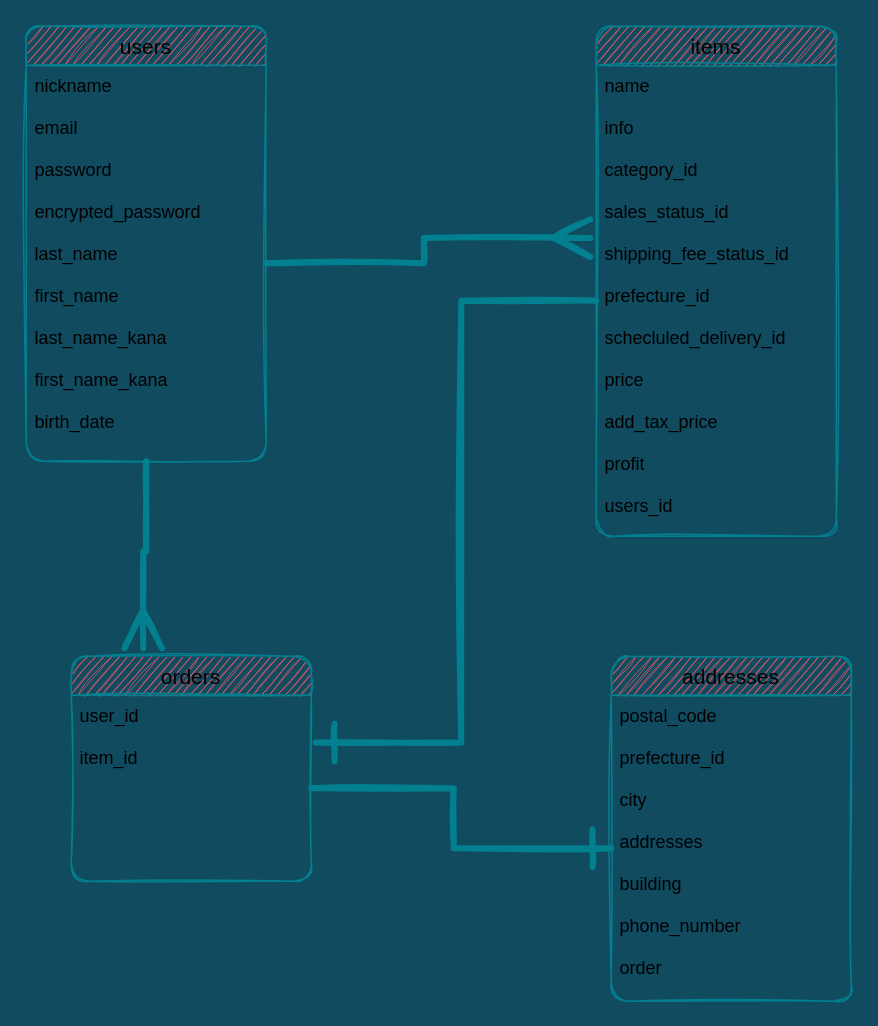
Above: page "ページ1" (1 of 2) of test.dio in kou829/furima-31787 (draw.io), before the change. Source tidied: cells renumbered, new cells numbered last; positions are measured from the earlier drawing's top-left corner, leaving out a move shared by most shapes. Both pictures are drawn from the tidied source at 150%, with x=0, y=0 at pixel (26, 26).
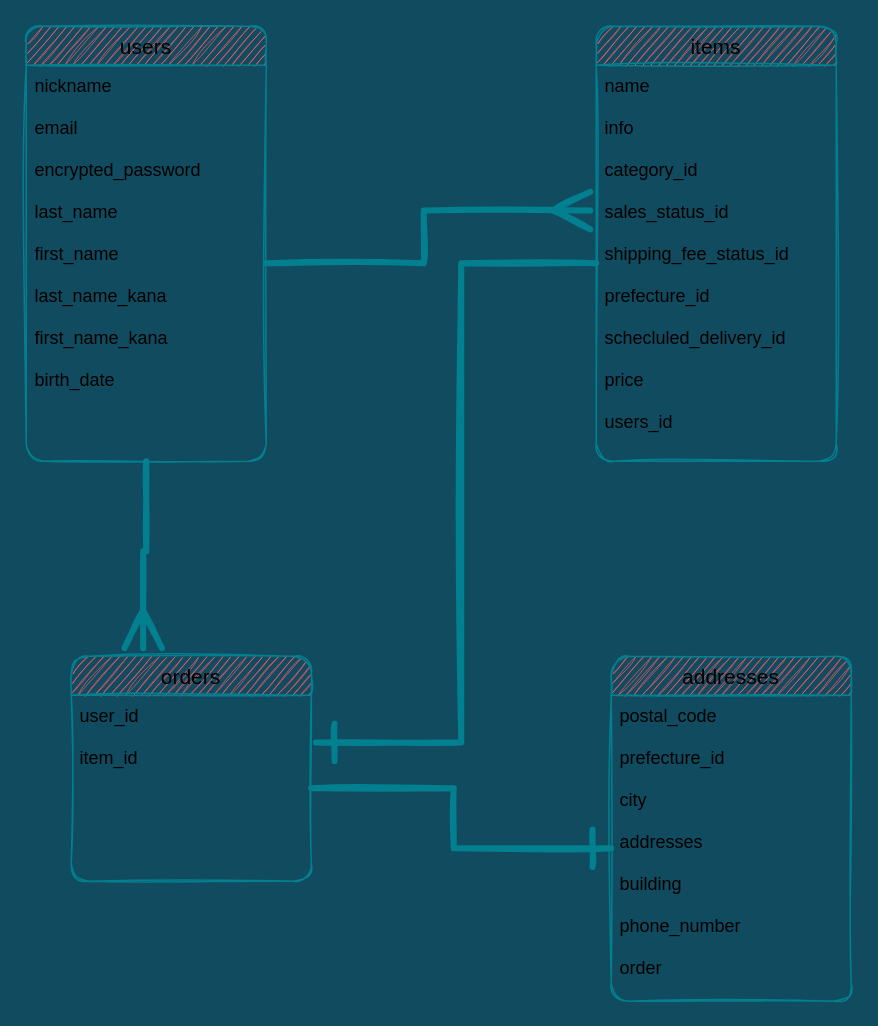
The same page after the edit.

Commit message (it also covers changes not shown here):
ER図・データベースの設計再修正３

Diff of the diagram source:
```diff
@@
 <mxGraphModel background="#114B5F">
   <root>
     <mxCell id="0" />
     <mxCell id="1" parent="0" />
     <mxCell id="2" value="items" style="swimlane;fontStyle=0;horizontal=1;startSize=26;align=center;fontSize=14;rounded=1;sketch=1;strokeColor=#028090;fillColor=#F45B69;" parent="1" vertex="1">
-      <mxGeometry x="380" width="160" height="340" as="geometry" />
+      <mxGeometry x="380" width="160" height="290" as="geometry" />
     </mxCell>
-    <mxCell id="3" value="name&#10;&#10;info&#10;&#10;category_id&#10;&#10;sales_status_id&#10;&#10;shipping_fee_status_id&#10;&#10;prefecture_id&#10;&#10;schecluled_delivery_id&#10;&#10;price&#10;&#10;add_tax_price&#10;&#10;profit&#10;&#10;users_id&#10;&#10;&#10;&#10;&#10;&#10;" style="text;strokeColor=none;fillColor=none;spacingLeft=4;spacingRight=4;overflow=hidden;points=[[0,0.5],[1,0.5]];portConstraint=eastwest;fontSize=12;" parent="2" vertex="1">
-      <mxGeometry y="26" width="160" height="314" as="geometry" />
+    <mxCell id="3" value="name&#10;&#10;info&#10;&#10;category_id&#10;&#10;sales_status_id&#10;&#10;shipping_fee_status_id&#10;&#10;prefecture_id&#10;&#10;schecluled_delivery_id&#10;&#10;price&#10;&#10;users_id&#10;&#10;&#10;&#10;&#10;&#10;" style="text;strokeColor=none;fillColor=none;spacingLeft=4;spacingRight=4;overflow=hidden;points=[[0,0.5],[1,0.5]];portConstraint=eastwest;fontSize=12;" parent="2" vertex="1">
+      <mxGeometry y="26" width="160" height="264" as="geometry" />
     </mxCell>
     <mxCell id="4" style="edgeStyle=orthogonalEdgeStyle;rounded=0;sketch=1;jumpSize=13;jettySize=auto;html=1;entryX=0.3;entryY=-0.036;entryDx=0;entryDy=0;entryPerimeter=0;startSize=20;endArrow=ERmany;endFill=0;endSize=20;strokeColor=#028090;strokeWidth=4;fillColor=#F45B69;fontColor=#E4FDE1;" parent="1" edge="1" source="5" target="9">
       <mxGeometry relative="1" as="geometry" />
     </mxCell>
     <mxCell id="5" value="users" style="swimlane;fontStyle=0;horizontal=1;startSize=26;align=center;fontSize=14;rounded=1;sketch=1;strokeColor=#028090;fillColor=#F45B69;" parent="1" vertex="1">
       <mxGeometry width="160" height="290" as="geometry" />
     </mxCell>
-    <mxCell id="6" value="nickname&#10;&#10;email &#10;&#10;password&#10;&#10;encrypted_password&#10;&#10;last_name&#10;&#10;first_name&#10;&#10;last_name_kana&#10;&#10;first_name_kana&#10;&#10;birth_date" style="text;strokeColor=none;fillColor=none;spacingLeft=4;spacingRight=4;overflow=hidden;points=[[0,0.5],[1,0.5]];portConstraint=eastwest;fontSize=12;" parent="5" vertex="1">
+    <mxCell id="6" value="nickname&#10;&#10;email &#10;&#10;encrypted_password&#10;&#10;last_name&#10;&#10;first_name&#10;&#10;last_name_kana&#10;&#10;first_name_kana&#10;&#10;birth_date" style="text;strokeColor=none;fillColor=none;spacingLeft=4;spacingRight=4;overflow=hidden;points=[[0,0.5],[1,0.5]];portConstraint=eastwest;fontSize=12;" parent="5" vertex="1">
       <mxGeometry y="26" width="160" height="264" as="geometry" />
     </mxCell>
     <mxCell id="7" style="edgeStyle=orthogonalEdgeStyle;rounded=0;sketch=1;jumpSize=13;jettySize=auto;html=1;exitX=1;exitY=0.5;exitDx=0;exitDy=0;entryX=-0.025;entryY=0.367;entryDx=0;entryDy=0;entryPerimeter=0;startSize=20;endArrow=ERmany;endFill=0;endSize=20;strokeColor=#028090;fillColor=#F45B69;fontColor=#E4FDE1;strokeWidth=4;" parent="1" edge="1" source="6" target="3">
       <mxGeometry relative="1" as="geometry" />
     </mxCell>
     <mxCell id="8" style="edgeStyle=orthogonalEdgeStyle;rounded=0;sketch=1;jumpSize=13;jettySize=auto;html=1;entryX=1.019;entryY=0.254;entryDx=0;entryDy=0;entryPerimeter=0;startSize=20;endArrow=ERone;endFill=0;endSize=20;strokeColor=#028090;strokeWidth=4;fillColor=#F45B69;fontColor=#E4FDE1;" parent="1" edge="1" source="3" target="10">
       <mxGeometry relative="1" as="geometry" />
     </mxCell>
     <mxCell id="9" value="orders" style="swimlane;fontStyle=0;horizontal=1;startSize=26;align=center;fontSize=14;rounded=1;sketch=1;strokeColor=#028090;fillColor=#F45B69;" parent="1" vertex="1">
       <mxGeometry x="30" y="420" width="160" height="150" as="geometry" />
     </mxCell>
     <mxCell id="10" value="user_id&#10;&#10;item_id&#10;&#10;&#10;&#10;" style="text;strokeColor=none;fillColor=none;spacingLeft=4;spacingRight=4;overflow=hidden;points=[[0,0.5],[1,0.5]];portConstraint=eastwest;fontSize=12;" parent="9" vertex="1">
       <mxGeometry y="26" width="160" height="124" as="geometry" />
     </mxCell>
     <mxCell id="11" value="addresses" style="swimlane;fontStyle=0;horizontal=1;startSize=26;align=center;fontSize=14;rounded=1;sketch=1;strokeColor=#028090;fillColor=#F45B69;" parent="1" vertex="1">
       <mxGeometry x="390" y="420" width="160" height="230" as="geometry" />
     </mxCell>
     <mxCell id="12" value="postal_code&#10;&#10;prefecture_id&#10;&#10;city&#10;&#10;addresses&#10;&#10;building&#10;&#10;phone_number&#10;&#10;order" style="text;strokeColor=none;fillColor=none;spacingLeft=4;spacingRight=4;overflow=hidden;points=[[0,0.5],[1,0.5]];portConstraint=eastwest;fontSize=12;" parent="11" vertex="1">
       <mxGeometry y="26" width="160" height="204" as="geometry" />
     </mxCell>
     <mxCell id="13" style="edgeStyle=orthogonalEdgeStyle;rounded=0;sketch=1;jumpSize=13;jettySize=auto;html=1;exitX=1;exitY=0.5;exitDx=0;exitDy=0;entryX=0;entryY=0.5;entryDx=0;entryDy=0;startSize=20;endArrow=ERone;endFill=0;endSize=20;strokeColor=#028090;strokeWidth=4;fillColor=#F45B69;fontColor=#E4FDE1;" parent="1" edge="1" source="10" target="12">
       <mxGeometry relative="1" as="geometry" />
     </mxCell>
   </root>
 </mxGraphModel>
```
